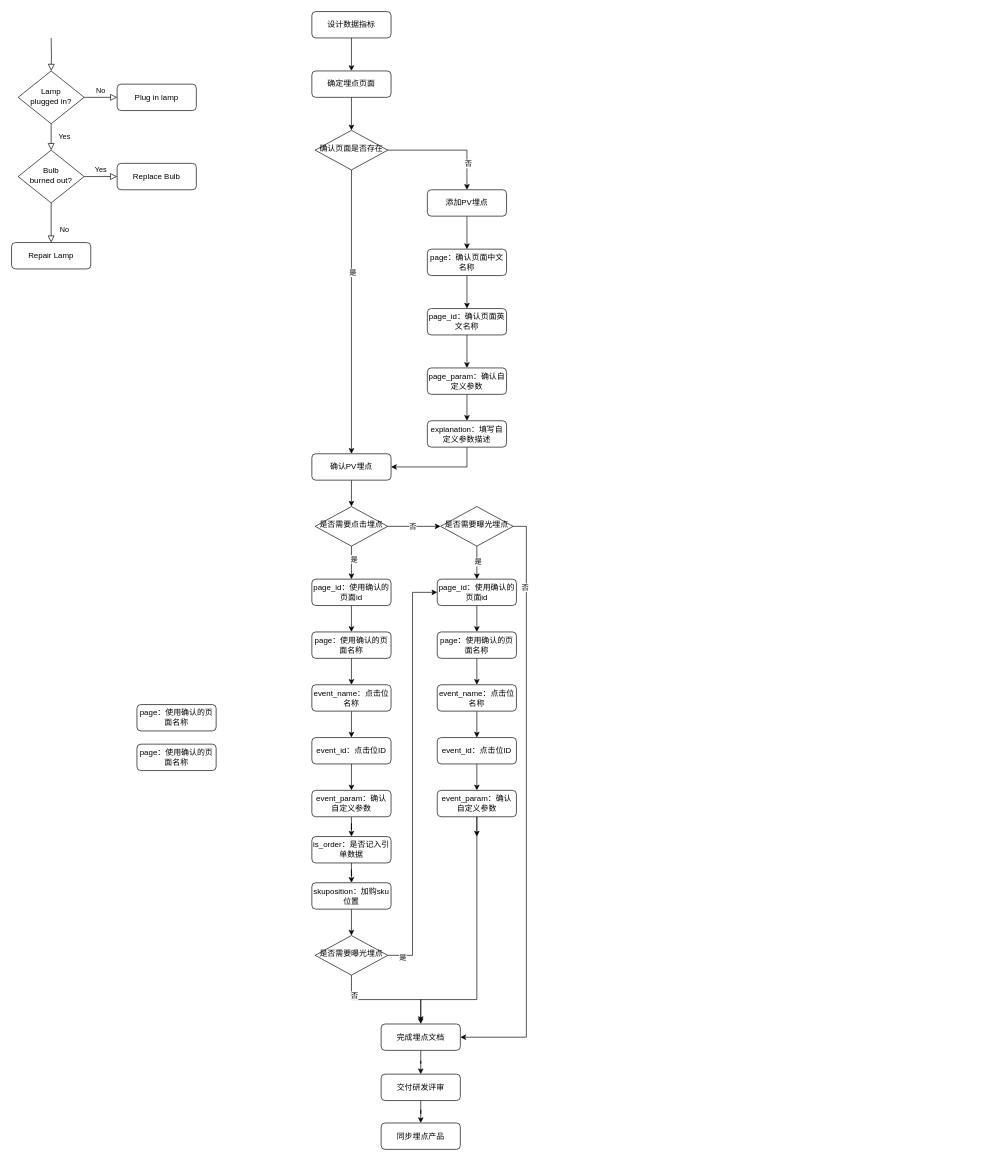
The draw.io diagram 埋点流程.drawio in lihema/lihemahome, before the edit. Source tidied: cells renumbered, new cells numbered last; positions are measured from the earlier drawing's top-left corner, leaving out a move shared by most shapes. Both pictures are drawn from the tidied source at 66%, with x=0, y=0 at pixel (11, 11).
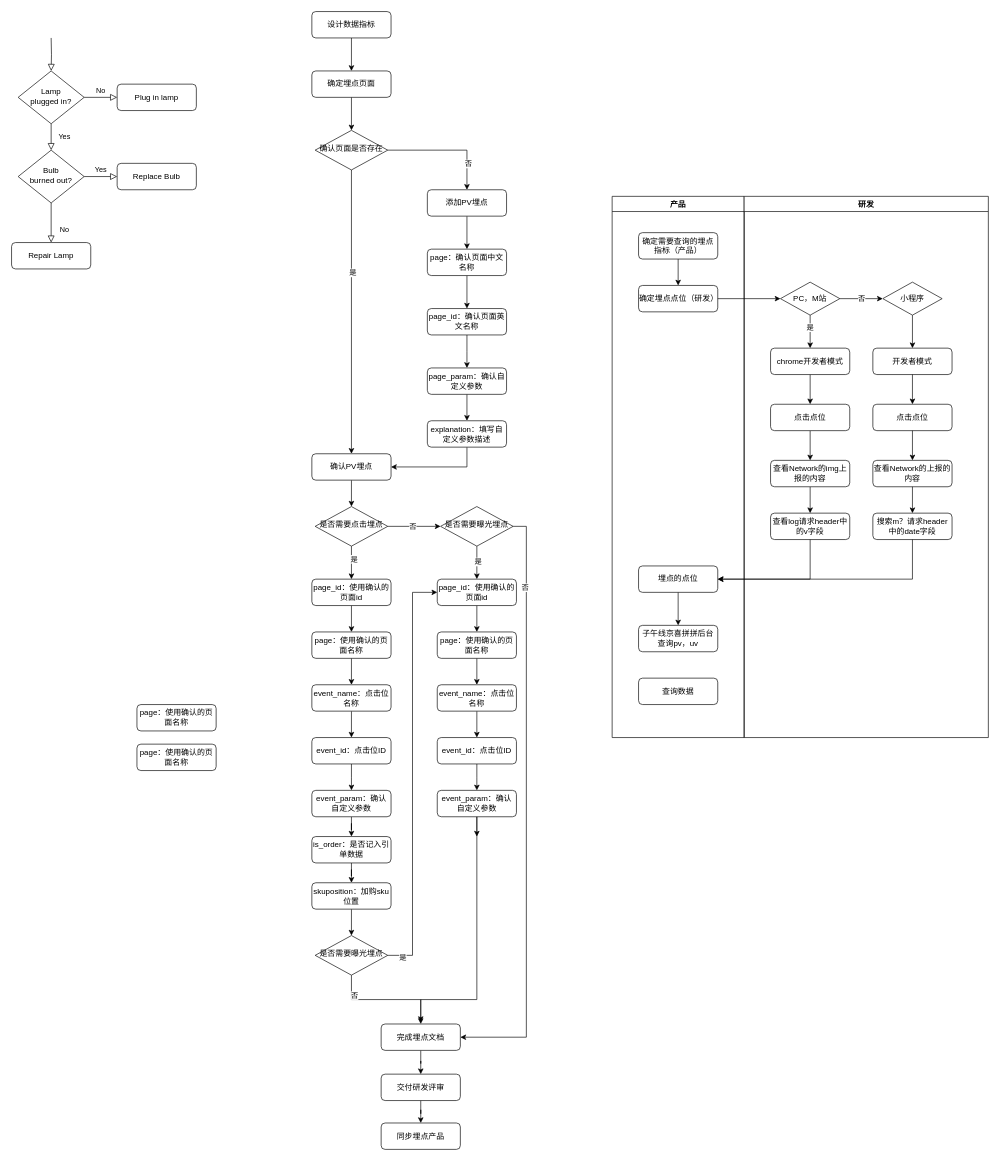
The same page after the edit.

Commit message:
更新埋点流程.drawio

Change to the diagram source:
```diff
@@
+    <mxCell id="80" value="产品" style="swimlane;" parent="1" vertex="1">
+      <mxGeometry x="910" y="280" width="200" height="820" as="geometry" />
+    </mxCell>
+    <mxCell id="81" value="确定需要查询的埋点指标（产品）" style="rounded=1;whiteSpace=wrap;html=1;fontSize=12;glass=0;strokeWidth=1;shadow=0;" parent="80" vertex="1">
+      <mxGeometry x="40" y="55" width="120" height="40" as="geometry" />
+    </mxCell>
+    <mxCell id="82" value="确定埋点点位（研发）" style="rounded=1;whiteSpace=wrap;html=1;fontSize=12;glass=0;strokeWidth=1;shadow=0;" parent="80" vertex="1">
+      <mxGeometry x="40" y="135" width="120" height="40" as="geometry" />
+    </mxCell>
+    <mxCell id="83" style="edgeStyle=orthogonalEdgeStyle;rounded=0;jettySize=auto;html=1;" parent="80" edge="1" source="81" target="82">
+      <mxGeometry relative="1" as="geometry" />
+    </mxCell>
+    <mxCell id="84" style="edgeStyle=orthogonalEdgeStyle;rounded=0;jettySize=auto;html=1;" parent="80" edge="1" source="85" target="86">
+      <mxGeometry relative="1" as="geometry" />
+    </mxCell>
+    <mxCell id="85" value="埋点的点位" style="rounded=1;whiteSpace=wrap;html=1;fontSize=12;glass=0;strokeWidth=1;shadow=0;" parent="80" vertex="1">
+      <mxGeometry x="40" y="560" width="120" height="40" as="geometry" />
+    </mxCell>
+    <mxCell id="86" value="子午线京喜拼拼后台查询pv，uv" style="rounded=1;whiteSpace=wrap;html=1;fontSize=12;glass=0;strokeWidth=1;shadow=0;" parent="80" vertex="1">
+      <mxGeometry x="40" y="650" width="120" height="40" as="geometry" />
+    </mxCell>
+    <mxCell id="87" value="查询数据" style="rounded=1;whiteSpace=wrap;html=1;fontSize=12;glass=0;strokeWidth=1;shadow=0;" parent="80" vertex="1">
+      <mxGeometry x="40" y="730" width="120" height="40" as="geometry" />
+    </mxCell>
+    <mxCell id="88" value="研发" style="swimlane;" parent="1" vertex="1">
+      <mxGeometry x="1110" y="280" width="370" height="820" as="geometry" />
+    </mxCell>
+    <mxCell id="89" style="edgeStyle=orthogonalEdgeStyle;rounded=0;jettySize=auto;html=1;" parent="88" edge="1" source="90" target="92">
+      <mxGeometry relative="1" as="geometry" />
+    </mxCell>
+    <mxCell id="90" value="chrome开发者模式" style="rounded=1;whiteSpace=wrap;html=1;fontSize=12;glass=0;strokeWidth=1;shadow=0;" parent="88" vertex="1">
+      <mxGeometry x="40" y="230" width="120" height="40" as="geometry" />
+    </mxCell>
+    <mxCell id="91" style="edgeStyle=orthogonalEdgeStyle;rounded=0;jettySize=auto;html=1;" parent="88" edge="1" source="92" target="94">
+      <mxGeometry relative="1" as="geometry" />
+    </mxCell>
+    <mxCell id="92" value="点击点位" style="rounded=1;whiteSpace=wrap;html=1;fontSize=12;glass=0;strokeWidth=1;shadow=0;" parent="88" vertex="1">
+      <mxGeometry x="40" y="315" width="120" height="40" as="geometry" />
+    </mxCell>
+    <mxCell id="93" style="edgeStyle=orthogonalEdgeStyle;rounded=0;jettySize=auto;html=1;" parent="88" edge="1" source="94" target="95">
+      <mxGeometry relative="1" as="geometry" />
+    </mxCell>
+    <mxCell id="94" value="查看Network的img上报的内容" style="rounded=1;whiteSpace=wrap;html=1;fontSize=12;glass=0;strokeWidth=1;shadow=0;" parent="88" vertex="1">
+      <mxGeometry x="40" y="400" width="120" height="40" as="geometry" />
+    </mxCell>
+    <mxCell id="95" value="查看log请求header中的v字段" style="rounded=1;whiteSpace=wrap;html=1;fontSize=12;glass=0;strokeWidth=1;shadow=0;" parent="88" vertex="1">
+      <mxGeometry x="40" y="480" width="120" height="40" as="geometry" />
+    </mxCell>
+    <mxCell id="96" style="edgeStyle=orthogonalEdgeStyle;rounded=0;jettySize=auto;html=1;entryX=0.5;entryY=0;entryDx=0;entryDy=0;" parent="88" edge="1" source="99" target="90">
+      <mxGeometry relative="1" as="geometry" />
+    </mxCell>
+    <mxCell id="97" value="是" style="edgeLabel;html=1;align=center;verticalAlign=middle;" parent="96" vertex="1">
+      <mxGeometry x="-0.28" y="-1" relative="1" as="geometry" />
+    </mxCell>
+    <mxCell id="98" value="否" style="edgeStyle=orthogonalEdgeStyle;rounded=0;jettySize=auto;html=1;entryX=0;entryY=0.5;entryDx=0;entryDy=0;" parent="88" edge="1" source="99" target="101">
+      <mxGeometry relative="1" as="geometry" />
+    </mxCell>
+    <mxCell id="99" value="PC，M站" style="rhombus;whiteSpace=wrap;html=1;" parent="88" vertex="1">
+      <mxGeometry x="55" y="130" width="90" height="50" as="geometry" />
+    </mxCell>
+    <mxCell id="100" style="edgeStyle=orthogonalEdgeStyle;rounded=0;jettySize=auto;html=1;" parent="88" edge="1" source="101" target="102">
+      <mxGeometry relative="1" as="geometry" />
+    </mxCell>
+    <mxCell id="101" value="小程序" style="rhombus;whiteSpace=wrap;html=1;" parent="88" vertex="1">
+      <mxGeometry x="210" y="130" width="90" height="50" as="geometry" />
+    </mxCell>
+    <mxCell id="102" value="开发者模式" style="rounded=1;whiteSpace=wrap;html=1;fontSize=12;glass=0;strokeWidth=1;shadow=0;" parent="88" vertex="1">
+      <mxGeometry x="195" y="230" width="120" height="40" as="geometry" />
+    </mxCell>
+    <mxCell id="103" value="点击点位" style="rounded=1;whiteSpace=wrap;html=1;fontSize=12;glass=0;strokeWidth=1;shadow=0;" parent="88" vertex="1">
+      <mxGeometry x="195" y="315" width="120" height="40" as="geometry" />
+    </mxCell>
+    <mxCell id="104" style="edgeStyle=orthogonalEdgeStyle;rounded=0;jettySize=auto;html=1;" parent="88" edge="1" source="102" target="103">
+      <mxGeometry relative="1" as="geometry" />
+    </mxCell>
+    <mxCell id="105" value="查看Network的上报的内容" style="rounded=1;whiteSpace=wrap;html=1;fontSize=12;glass=0;strokeWidth=1;shadow=0;" parent="88" vertex="1">
+      <mxGeometry x="195" y="400" width="120" height="40" as="geometry" />
+    </mxCell>
+    <mxCell id="106" style="edgeStyle=orthogonalEdgeStyle;rounded=0;jettySize=auto;html=1;" parent="88" edge="1" source="103" target="105">
+      <mxGeometry relative="1" as="geometry" />
+    </mxCell>
+    <mxCell id="107" value="搜索m？请求header中的date字段" style="rounded=1;whiteSpace=wrap;html=1;fontSize=12;glass=0;strokeWidth=1;shadow=0;" parent="88" vertex="1">
+      <mxGeometry x="195" y="480" width="120" height="40" as="geometry" />
+    </mxCell>
+    <mxCell id="108" style="edgeStyle=orthogonalEdgeStyle;rounded=0;jettySize=auto;html=1;" parent="88" edge="1" source="105" target="107">
+      <mxGeometry relative="1" as="geometry" />
+    </mxCell>
+    <mxCell id="109" style="edgeStyle=orthogonalEdgeStyle;rounded=0;jettySize=auto;html=1;entryX=0;entryY=0.5;entryDx=0;entryDy=0;" parent="1" edge="1" source="82" target="99">
+      <mxGeometry relative="1" as="geometry" />
+    </mxCell>
+    <mxCell id="110" style="edgeStyle=orthogonalEdgeStyle;rounded=0;jettySize=auto;html=1;entryX=1;entryY=0.5;entryDx=0;entryDy=0;exitX=0.5;exitY=1;exitDx=0;exitDy=0;" parent="1" edge="1" source="95" target="85">
+      <mxGeometry relative="1" as="geometry" />
+    </mxCell>
+    <mxCell id="111" style="edgeStyle=orthogonalEdgeStyle;rounded=0;jettySize=auto;html=1;entryX=1;entryY=0.5;entryDx=0;entryDy=0;exitX=0.5;exitY=1;exitDx=0;exitDy=0;" parent="1" edge="1" source="107" target="85">
+      <mxGeometry relative="1" as="geometry" />
+    </mxCell>
```
